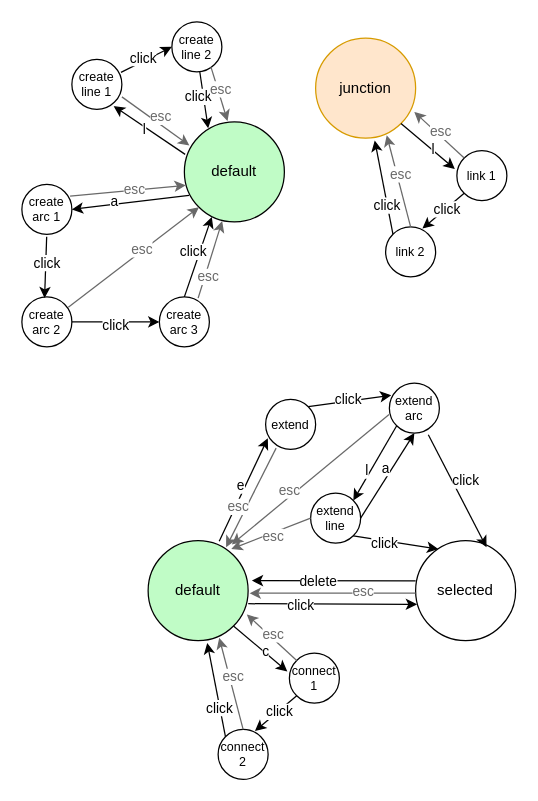
sunminni/libOpenDRIVE-Mapmaker keeps this draw.io diagram as state_diagrams.drawio. Above is the earlier version. Source tidied: cells renumbered, new cells numbered last; positions are measured from the earlier drawing's top-left corner, leaving out a move shared by most shapes. Both pictures are drawn from the tidied source at 125%, with x=0, y=0 at pixel (21, 21).
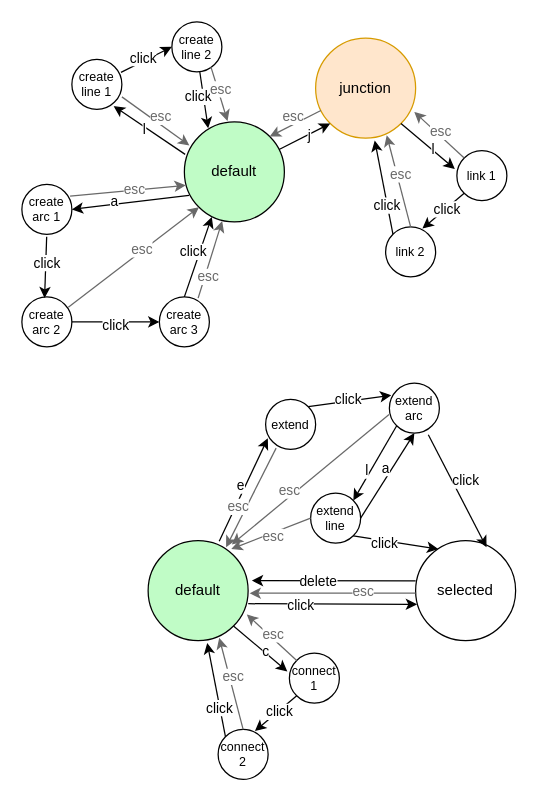
Above is the later version.

The change refers to these unchanged cells:
```xml
<mxCell id="2" value="default" style="ellipse;whiteSpace=wrap;html=1;fillColor=#C0FCC6;" parent="1" vertex="1">
  <mxGeometry x="130" y="80" width="80" height="80" as="geometry" />
</mxCell>
<mxCell id="73" value="junction" style="ellipse;whiteSpace=wrap;html=1;fillColor=#ffe6cc;strokeColor=#d79b00;" parent="1" vertex="1">
  <mxGeometry x="235" y="13" width="80" height="80" as="geometry" />
</mxCell>
```

Change to the diagram source:
```diff
@@
+    <mxCell id="86" style="endArrow=classic;html=1;rounded=0;entryX=1;entryY=0;entryDx=0;entryDy=0;strokeColor=#696969;" parent="1" edge="1" source="73" target="2">
+      <mxGeometry relative="1" as="geometry" />
+    </mxCell>
+    <mxCell id="87" value="esc" style="edgeLabel;html=1;align=center;verticalAlign=middle;fontColor=#696969;" parent="86" vertex="1">
+      <mxGeometry x="0.15" relative="1" as="geometry">
+        <mxPoint y="-7" as="offset" />
+      </mxGeometry>
+    </mxCell>
+    <mxCell id="88" style="endArrow=classic;html=1;rounded=0;entryX=0;entryY=1;entryDx=0;entryDy=0;" parent="1" edge="1" source="2" target="73">
+      <mxGeometry relative="1" as="geometry" />
+    </mxCell>
+    <mxCell id="89" value="j" style="edgeLabel;html=1;align=center;verticalAlign=middle;labelBorderColor=none;spacingRight=0;" parent="88" vertex="1">
+      <mxGeometry x="0.15" relative="1" as="geometry">
+        <mxPoint x="1" as="offset" />
+      </mxGeometry>
+    </mxCell>
```
